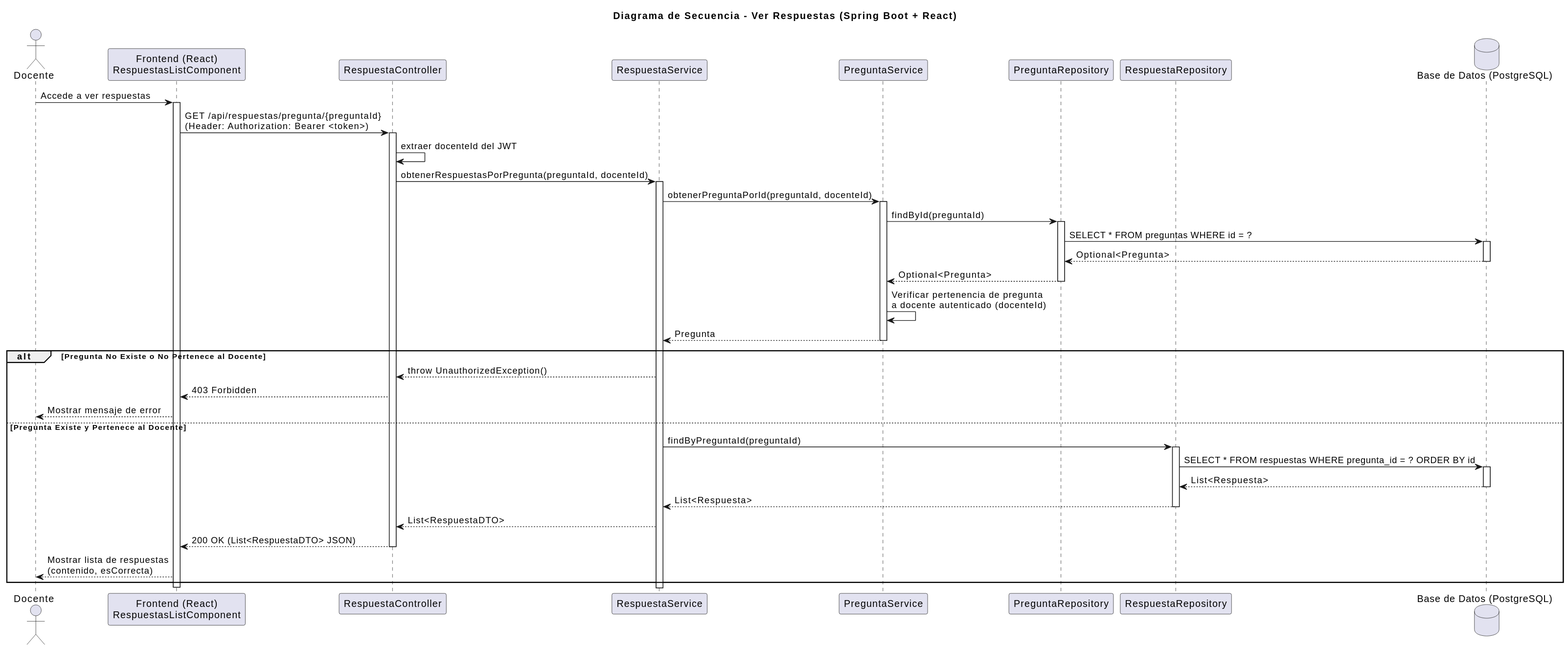
Pareyor/25-26-idsw2-sdVC keeps this PlantUML diagram as images/diseño/verRespustas/verRespuestas.svg. Above is the earlier version.
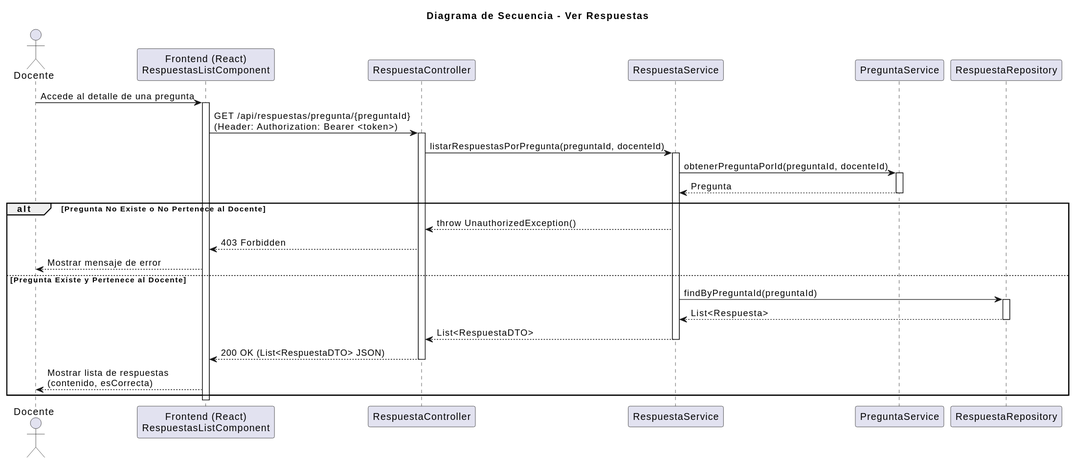
Later version of the same file.

Commit message:
fix: Corrige verRespuestas para reducir el tamaño del diagrama de secuencia

Diff of the diagram source:
```diff
@@ -1,52 +1,41 @@
 @startuml
-title Diagrama de Secuencia - Ver Respuestas (Spring Boot + React)
+title Diagrama de Secuencia - Ver Respuestas
 
-actor "Docente" as Teacher
+actor "Docente" as Actor
 participant "Frontend (React)\nRespuestasListComponent" as FE
 participant "RespuestaController" as Controller
 participant "RespuestaService" as Service
 participant "PreguntaService" as PreguntaService
-participant "PreguntaRepository" as PreguntaRepo
-participant "RespuestaRepository" as RespuestaRepo
-database "Base de Datos (PostgreSQL)" as DB
+participant "RespuestaRepository" as Repo
 
-Teacher -> FE: Accede a ver respuestas
+Actor -> FE: Accede al detalle de una pregunta
 activate FE
+
 FE -> Controller: GET /api/respuestas/pregunta/{preguntaId}\n(Header: Authorization: Bearer <token>)
 activate Controller
-Controller -> Controller: extraer docenteId del JWT
-Controller -> Service: obtenerRespuestasPorPregunta(preguntaId, docenteId)
+
+Controller -> Service: listarRespuestasPorPregunta(preguntaId, docenteId)
 activate Service
+
 Service -> PreguntaService: obtenerPreguntaPorId(preguntaId, docenteId)
 activate PreguntaService
-PreguntaService -> PreguntaRepo: findById(preguntaId)
-activate PreguntaRepo
-PreguntaRepo -> DB: SELECT * FROM preguntas WHERE id = ?
-activate DB
-DB --> PreguntaRepo: Optional<Pregunta>
-deactivate DB
-PreguntaRepo --> PreguntaService: Optional<Pregunta>
-deactivate PreguntaRepo
-PreguntaService -> PreguntaService: Verificar pertenencia de pregunta\na docente autenticado (docenteId)
 PreguntaService --> Service: Pregunta
 deactivate PreguntaService
+
 alt Pregunta No Existe o No Pertenece al Docente
     Service --> Controller: throw UnauthorizedException()
     Controller --> FE: 403 Forbidden
-    FE --> Teacher: Mostrar mensaje de error
+    FE --> Actor: Mostrar mensaje de error
 else Pregunta Existe y Pertenece al Docente
-    Service -> RespuestaRepo: findByPreguntaId(preguntaId)
-    activate RespuestaRepo
-    RespuestaRepo -> DB: SELECT * FROM respuestas WHERE pregunta_id = ? ORDER BY id
-    activate DB
-    DB --> RespuestaRepo: List<Respuesta>
-    deactivate DB
-    RespuestaRepo --> Service: List<Respuesta>
-    deactivate RespuestaRepo
+    Service -> Repo: findByPreguntaId(preguntaId)
+    activate Repo
+    Repo --> Service: List<Respuesta>
+    deactivate Repo
     Service --> Controller: List<RespuestaDTO>
+    deactivate Service
     Controller --> FE: 200 OK (List<RespuestaDTO> JSON)
     deactivate Controller
-    FE --> Teacher: Mostrar lista de respuestas\n(contenido, esCorrecta)
+    FE --> Actor: Mostrar lista de respuestas\n(contenido, esCorrecta)
 end
 
 deactivate FE
```
